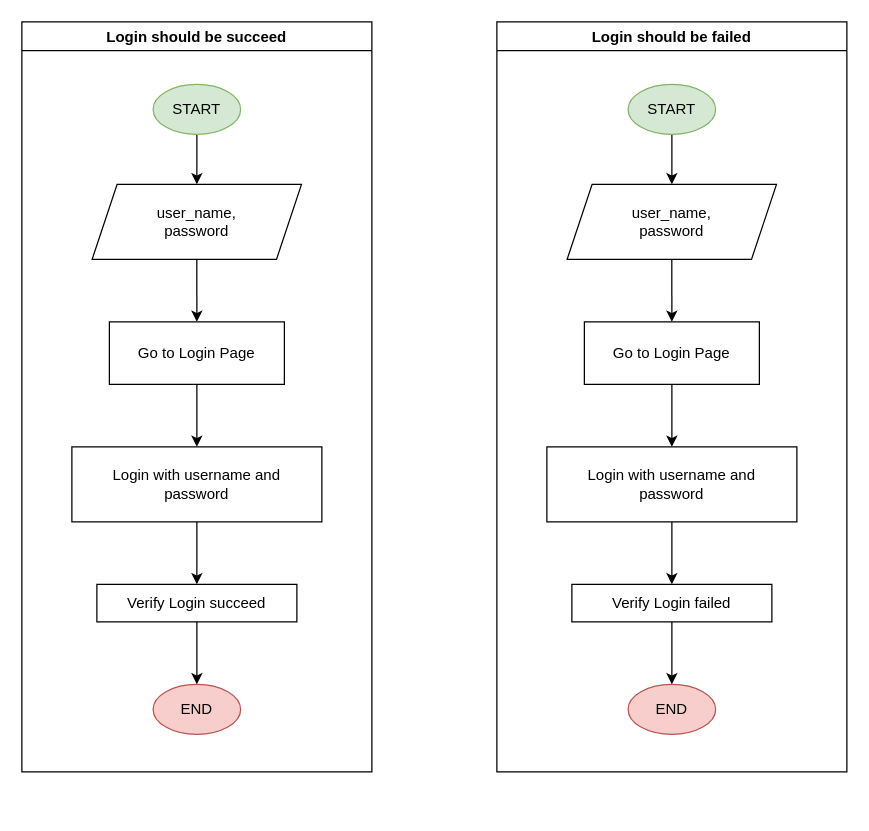
The draw.io diagram page "TestLoginPage" (1 of 4) of Docs/TestLoginPage.drawio in MinhNguyen3/RobotFrameworkTraining, before the edit. Source tidied: cells renumbered, new cells numbered last; positions are measured from the earlier drawing's top-left corner, leaving out a move shared by most shapes. Both pictures are drawn from the tidied source at 125%, with x=0, y=0 at pixel (21, 21).
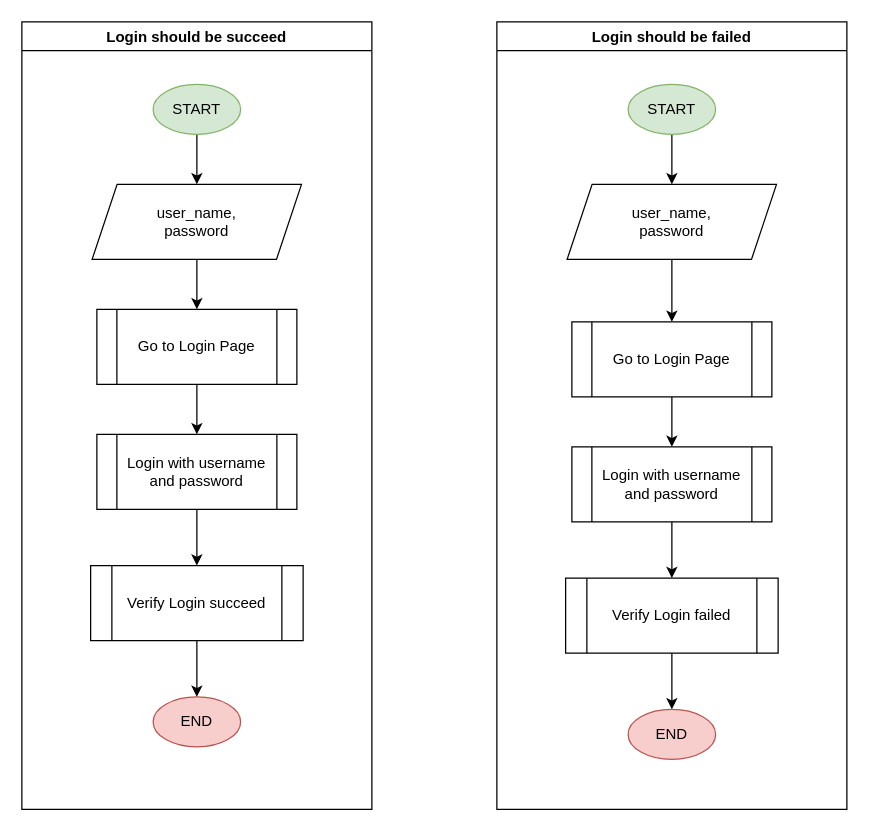
Above is the later version.

Commit message (it also covers changes not shown here):
Rewrite Select Facility, Select Healthcare Program Redraw flowchart

The change refers to these unchanged cells:
```xml
<mxCell id="7" value="user_name,&lt;div&gt;password&lt;/div&gt;" style="shape=parallelogram;perimeter=parallelogramPerimeter;whiteSpace=wrap;html=1;fixedSize=1;spacingLeft=20;spacingBottom=20;spacingTop=20;spacingRight=20;flipV=1;flipH=1;align=center;" parent="2" vertex="1">
  <mxGeometry x="56.2" y="130" width="167.5" height="60" as="geometry" />
</mxCell>
<mxCell id="19" value="user_name,&lt;div&gt;password&lt;/div&gt;" style="shape=parallelogram;perimeter=parallelogramPerimeter;whiteSpace=wrap;html=1;fixedSize=1;spacingLeft=20;spacingBottom=20;spacingTop=20;spacingRight=20;flipV=1;flipH=1;align=center;" parent="14" vertex="1">
  <mxGeometry x="56.2" y="130" width="167.5" height="60" as="geometry" />
</mxCell>
```

Change to the diagram source:
```diff
@@
     <mxCell id="2" value="Login should be succeed" style="swimlane;" parent="1" vertex="1">
-      <mxGeometry width="280" height="600" as="geometry" />
+      <mxGeometry width="280" height="630" as="geometry" />
     </mxCell>
@@
-    <mxCell id="5" value="Login with user&lt;span style=&quot;background-color: transparent; color: light-dark(rgb(0, 0, 0), rgb(255, 255, 255));&quot;&gt;name and password&lt;/span&gt;" style="rounded=0;whiteSpace=wrap;html=1;spacingLeft=20;spacingBottom=20;spacingTop=20;spacingRight=20;flipV=1;flipH=1;align=center;" parent="2" vertex="1">
-      <mxGeometry x="40" y="340" width="200" height="60" as="geometry" />
-    </mxCell>
-    <mxCell id="6" style="edgeStyle=orthogonalEdgeStyle;rounded=0;jettySize=auto;html=1;exitX=0.5;exitY=1;exitDx=0;exitDy=0;entryX=0.5;entryY=0;entryDx=0;entryDy=0;" parent="2" edge="1" source="7" target="9">
-      <mxGeometry relative="1" as="geometry" />
-    </mxCell>
+    <mxCell id="26" style="edgeStyle=orthogonalEdgeStyle;rounded=0;jettySize=auto;html=1;" parent="2" edge="1" source="7" target="28">
+      <mxGeometry relative="1" as="geometry" />
+    </mxCell>
@@
-    <mxCell id="8" style="edgeStyle=orthogonalEdgeStyle;rounded=0;jettySize=auto;html=1;exitX=0.5;exitY=1;exitDx=0;exitDy=0;entryX=0.5;entryY=0;entryDx=0;entryDy=0;" parent="2" edge="1" source="9" target="5">
-      <mxGeometry relative="1" as="geometry" />
-    </mxCell>
-    <mxCell id="9" value="Go to Login Page" style="rounded=0;whiteSpace=wrap;html=1;spacingLeft=20;spacingBottom=20;spacingTop=20;spacingRight=20;flipV=1;flipH=1;align=center;" parent="2" vertex="1">
-      <mxGeometry x="70" y="240" width="140" height="50" as="geometry" />
-    </mxCell>
+    <mxCell id="12" value="END" style="ellipse;whiteSpace=wrap;html=1;flipV=1;flipH=1;fillColor=#f8cecc;strokeColor=#b85450;" parent="2" vertex="1">
+      <mxGeometry x="105" y="540" width="70" height="40" as="geometry" />
+    </mxCell>
+    <mxCell id="27" style="edgeStyle=orthogonalEdgeStyle;rounded=0;jettySize=auto;html=1;" parent="2" edge="1" source="28" target="30">
+      <mxGeometry relative="1" as="geometry" />
+    </mxCell>
+    <mxCell id="28" value="Go to Login Page" style="shape=process;whiteSpace=wrap;html=1;backgroundOutline=1;" parent="2" vertex="1">
+      <mxGeometry x="60" y="230" width="160" height="60" as="geometry" />
+    </mxCell>
+    <mxCell id="29" style="edgeStyle=orthogonalEdgeStyle;rounded=0;jettySize=auto;html=1;" parent="2" edge="1" source="30" target="10">
+      <mxGeometry relative="1" as="geometry" />
+    </mxCell>
+    <mxCell id="30" value="Login with user&lt;span style=&quot;color: light-dark(rgb(0, 0, 0), rgb(255, 255, 255)); background-color: transparent;&quot;&gt;name and password&lt;/span&gt;" style="shape=process;whiteSpace=wrap;html=1;backgroundOutline=1;" parent="2" vertex="1">
+      <mxGeometry x="60" y="330" width="160" height="60" as="geometry" />
+    </mxCell>
+    <mxCell id="13" style="edgeStyle=orthogonalEdgeStyle;rounded=0;jettySize=auto;html=1;" parent="2" edge="1" source="10" target="12">
+      <mxGeometry relative="1" as="geometry" />
+    </mxCell>
-    <mxCell id="10" value="Verify Login succeed" style="rounded=0;whiteSpace=wrap;html=1;spacingLeft=20;spacingBottom=20;spacingTop=20;spacingRight=20;flipV=1;flipH=1;align=center;" parent="2" vertex="1">
-      <mxGeometry x="60" y="450" width="160" height="30" as="geometry" />
+    <mxCell id="10" value="Verify Login succeed" style="shape=process;whiteSpace=wrap;html=1;backgroundOutline=1;" parent="2" vertex="1">
+      <mxGeometry x="55" y="435" width="170" height="60" as="geometry" />
     </mxCell>
-    <mxCell id="11" style="endArrow=classic;html=1;rounded=0;exitX=0.5;exitY=1;exitDx=0;exitDy=0;entryX=0.5;entryY=0;entryDx=0;entryDy=0;" parent="2" edge="1" source="5" target="10">
-      <mxGeometry relative="1" as="geometry" />
-    </mxCell>
-    <mxCell id="12" value="END" style="ellipse;whiteSpace=wrap;html=1;flipV=1;flipH=1;fillColor=#f8cecc;strokeColor=#b85450;" parent="2" vertex="1">
-      <mxGeometry x="105" y="530" width="70" height="40" as="geometry" />
-    </mxCell>
-    <mxCell id="13" style="endArrow=classic;html=1;rounded=0;exitX=0.5;exitY=1;exitDx=0;exitDy=0;entryX=0.5;entryY=0;entryDx=0;entryDy=0;" parent="2" edge="1" source="10" target="12">
-      <mxGeometry relative="1" as="geometry" />
-    </mxCell>
     <mxCell id="14" value="Login should be failed" style="swimlane;" parent="1" vertex="1">
-      <mxGeometry x="380" width="280" height="600" as="geometry" />
+      <mxGeometry x="380" width="280" height="630" as="geometry" />
     </mxCell>
@@
-    <mxCell id="17" value="Login with user&lt;span style=&quot;background-color: transparent; color: light-dark(rgb(0, 0, 0), rgb(255, 255, 255));&quot;&gt;name and password&lt;/span&gt;" style="rounded=0;whiteSpace=wrap;html=1;spacingLeft=20;spacingBottom=20;spacingTop=20;spacingRight=20;flipV=1;flipH=1;align=center;" parent="14" vertex="1">
-      <mxGeometry x="40" y="340" width="200" height="60" as="geometry" />
-    </mxCell>
-    <mxCell id="18" style="edgeStyle=orthogonalEdgeStyle;rounded=0;jettySize=auto;html=1;exitX=0.5;exitY=1;exitDx=0;exitDy=0;entryX=0.5;entryY=0;entryDx=0;entryDy=0;" parent="14" edge="1" source="19" target="21">
-      <mxGeometry relative="1" as="geometry" />
-    </mxCell>
+    <mxCell id="31" style="edgeStyle=orthogonalEdgeStyle;rounded=0;jettySize=auto;html=1;" parent="14" edge="1" source="19" target="33">
+      <mxGeometry relative="1" as="geometry" />
+    </mxCell>
@@
-    <mxCell id="20" style="edgeStyle=orthogonalEdgeStyle;rounded=0;jettySize=auto;html=1;exitX=0.5;exitY=1;exitDx=0;exitDy=0;entryX=0.5;entryY=0;entryDx=0;entryDy=0;" parent="14" edge="1" source="21" target="17">
-      <mxGeometry relative="1" as="geometry" />
-    </mxCell>
-    <mxCell id="21" value="Go to Login Page" style="rounded=0;whiteSpace=wrap;html=1;spacingLeft=20;spacingBottom=20;spacingTop=20;spacingRight=20;flipV=1;flipH=1;align=center;" parent="14" vertex="1">
-      <mxGeometry x="70" y="240" width="140" height="50" as="geometry" />
-    </mxCell>
+    <mxCell id="24" value="END" style="ellipse;whiteSpace=wrap;html=1;flipV=1;flipH=1;fillColor=#f8cecc;strokeColor=#b85450;" parent="14" vertex="1">
+      <mxGeometry x="105" y="550" width="70" height="40" as="geometry" />
+    </mxCell>
+    <mxCell id="32" style="edgeStyle=orthogonalEdgeStyle;rounded=0;jettySize=auto;html=1;" parent="14" edge="1" source="33" target="35">
+      <mxGeometry relative="1" as="geometry" />
+    </mxCell>
+    <mxCell id="33" value="Go to Login Page" style="shape=process;whiteSpace=wrap;html=1;backgroundOutline=1;" parent="14" vertex="1">
+      <mxGeometry x="60" y="240" width="160" height="60" as="geometry" />
+    </mxCell>
+    <mxCell id="34" style="edgeStyle=orthogonalEdgeStyle;rounded=0;jettySize=auto;html=1;" parent="14" edge="1" source="35" target="22">
+      <mxGeometry relative="1" as="geometry" />
+    </mxCell>
+    <mxCell id="35" value="Login with user&lt;span style=&quot;color: light-dark(rgb(0, 0, 0), rgb(255, 255, 255)); background-color: transparent;&quot;&gt;name and password&lt;/span&gt;" style="shape=process;whiteSpace=wrap;html=1;backgroundOutline=1;" parent="14" vertex="1">
+      <mxGeometry x="60" y="340" width="160" height="60" as="geometry" />
+    </mxCell>
+    <mxCell id="25" style="edgeStyle=orthogonalEdgeStyle;rounded=0;jettySize=auto;html=1;" parent="14" edge="1" source="22" target="24">
+      <mxGeometry relative="1" as="geometry" />
+    </mxCell>
-    <mxCell id="22" value="Verify Login failed" style="rounded=0;whiteSpace=wrap;html=1;spacingLeft=20;spacingBottom=20;spacingTop=20;spacingRight=20;flipV=1;flipH=1;align=center;" parent="14" vertex="1">
-      <mxGeometry x="60" y="450" width="160" height="30" as="geometry" />
+    <mxCell id="22" value="Verify Login failed" style="shape=process;whiteSpace=wrap;html=1;backgroundOutline=1;" parent="14" vertex="1">
+      <mxGeometry x="55" y="445" width="170" height="60" as="geometry" />
     </mxCell>
-    <mxCell id="23" style="endArrow=classic;html=1;rounded=0;exitX=0.5;exitY=1;exitDx=0;exitDy=0;entryX=0.5;entryY=0;entryDx=0;entryDy=0;" parent="14" edge="1" source="17" target="22">
-      <mxGeometry relative="1" as="geometry" />
-    </mxCell>
-    <mxCell id="24" value="END" style="ellipse;whiteSpace=wrap;html=1;flipV=1;flipH=1;fillColor=#f8cecc;strokeColor=#b85450;" parent="14" vertex="1">
-      <mxGeometry x="105" y="530" width="70" height="40" as="geometry" />
-    </mxCell>
-    <mxCell id="25" style="endArrow=classic;html=1;rounded=0;exitX=0.5;exitY=1;exitDx=0;exitDy=0;entryX=0.5;entryY=0;entryDx=0;entryDy=0;" parent="14" edge="1" source="22" target="24">
-      <mxGeometry relative="1" as="geometry" />
-    </mxCell>
```
